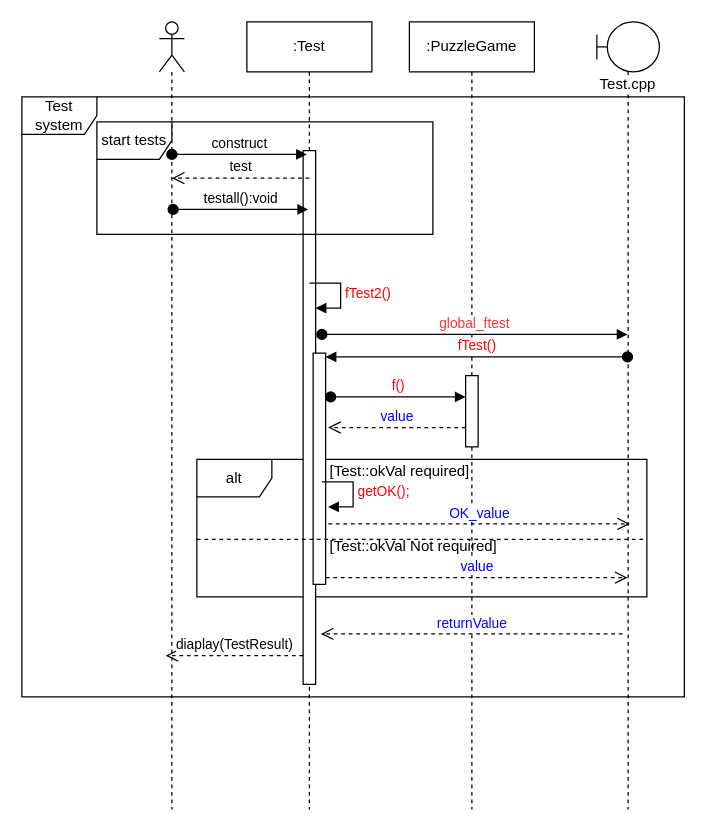
Earlier version of the draw.io diagram schema/test_system.drawio (deeperj/rust). Source tidied: cells renumbered, new cells numbered last; positions are measured from the earlier drawing's top-left corner, leaving out a move shared by most shapes. Both pictures are drawn from the tidied source at 125%, with x=0, y=0 at pixel (21, 21).
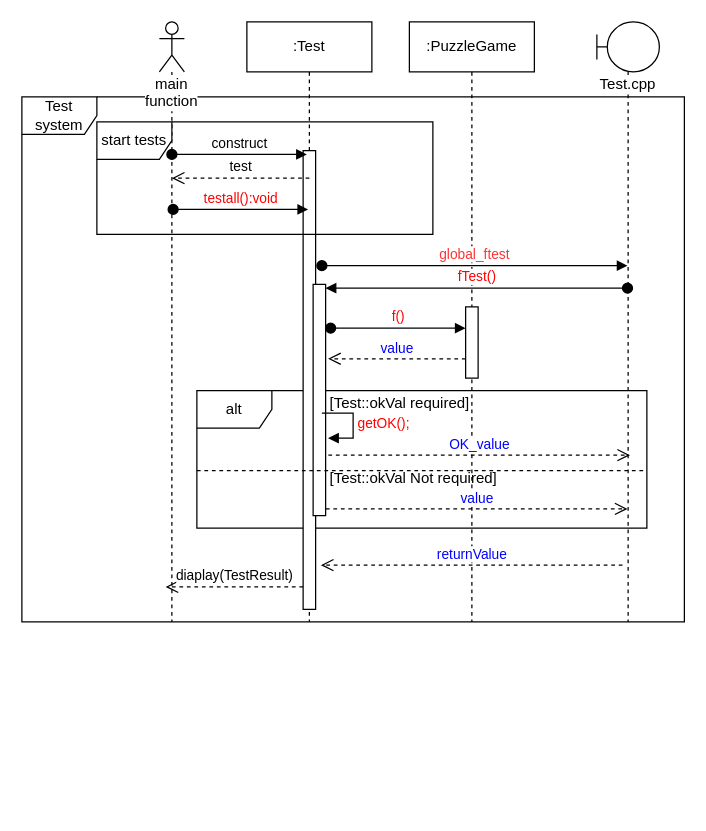
The same page after the edit.

What changed in the source:
```diff
@@
     <mxCell id="2" value="Test system" style="shape=umlFrame;whiteSpace=wrap;html=1;" parent="1" vertex="1">
-      <mxGeometry y="60" width="530" height="480" as="geometry" />
+      <mxGeometry y="60" width="530" height="420" as="geometry" />
     </mxCell>
     <mxCell id="3" value="alt" style="shape=umlFrame;whiteSpace=wrap;html=1;" parent="1" vertex="1">
-      <mxGeometry x="140" y="350" width="360" height="110" as="geometry" />
+      <mxGeometry x="140" y="295" width="360" height="110" as="geometry" />
     </mxCell>
-    <mxCell id="4" style="shape=umlLifeline;participant=umlActor;perimeter=lifelinePerimeter;whiteSpace=wrap;html=1;verticalAlign=top;spacingTop=36;labelBackgroundColor=#ffffff;" parent="1" vertex="1">
-      <mxGeometry x="110" width="20" height="630" as="geometry" />
+    <mxCell id="4" value="main function" style="shape=umlLifeline;participant=umlActor;perimeter=lifelinePerimeter;whiteSpace=wrap;html=1;verticalAlign=top;spacingTop=36;labelBackgroundColor=#ffffff;" parent="1" vertex="1">
+      <mxGeometry x="110" width="20" height="480" as="geometry" />
     </mxCell>
     <mxCell id="5" value=":Test" style="shape=umlLifeline;perimeter=lifelinePerimeter;whiteSpace=wrap;html=1;" parent="1" vertex="1">
-      <mxGeometry x="180" width="100" height="630" as="geometry" />
+      <mxGeometry x="180" width="100" height="480" as="geometry" />
     </mxCell>
     <mxCell id="6" value=":PuzzleGame" style="shape=umlLifeline;perimeter=lifelinePerimeter;whiteSpace=wrap;html=1;" parent="1" vertex="1">
-      <mxGeometry x="310" width="100" height="630" as="geometry" />
+      <mxGeometry x="310" width="100" height="480" as="geometry" />
     </mxCell>
     <mxCell id="7" style="html=1;perimeter=orthogonalPerimeter;" parent="6" vertex="1">
-      <mxGeometry x="45" y="283" width="10" height="57" as="geometry" />
+      <mxGeometry x="45" y="228" width="10" height="57" as="geometry" />
     </mxCell>
     <mxCell id="8" style="html=1;perimeter=orthogonalPerimeter;" parent="1" vertex="1">
-      <mxGeometry x="225" y="103" width="10" height="427" as="geometry" />
+      <mxGeometry x="225" y="103" width="10" height="367" as="geometry" />
     </mxCell>
@@
-    <mxCell id="11" value="testall():void" style="html=1;verticalAlign=bottom;startArrow=oval;startFill=1;endArrow=block;startSize=8;entryX=0.3;entryY=0.028;entryDx=0;entryDy=0;entryPerimeter=0;" parent="1" edge="1">
+    <mxCell id="11" value="testall():void" style="html=1;verticalAlign=bottom;startArrow=oval;startFill=1;endArrow=block;startSize=8;entryX=0.3;entryY=0.028;entryDx=0;entryDy=0;entryPerimeter=0;fontColor=#FF0000;" parent="1" edge="1">
       <mxGeometry relative="1" as="geometry">
         <mxPoint x="121" y="150" as="sourcePoint" />
         <mxPoint x="229" y="150.1" as="targetPoint" />
       </mxGeometry>
     </mxCell>
     <mxCell id="12" value="Test.cpp" style="shape=umlLifeline;participant=umlBoundary;perimeter=lifelinePerimeter;whiteSpace=wrap;html=1;verticalAlign=top;spacingTop=36;labelBackgroundColor=#ffffff;outlineConnect=0;" parent="1" vertex="1">
-      <mxGeometry x="460" width="50" height="630" as="geometry" />
+      <mxGeometry x="460" width="50" height="480" as="geometry" />
     </mxCell>
-    <mxCell id="13" value="fTest2()" style="edgeStyle=orthogonalEdgeStyle;html=1;align=left;spacingLeft=2;endArrow=block;rounded=0;entryX=1;entryY=0;fontColor=#FF0000;" parent="1" edge="1">
-      <mxGeometry relative="1" as="geometry">
-        <mxPoint x="230" y="209" as="sourcePoint" />
-        <mxPoint x="235" y="229" as="targetPoint" />
-        <Array as="points">
-          <mxPoint x="255" y="209" />
-        </Array>
-      </mxGeometry>
-    </mxCell>
     <mxCell id="14" value="f()" style="html=1;verticalAlign=bottom;startArrow=oval;startFill=1;endArrow=block;startSize=8;entryX=0.3;entryY=0.028;entryDx=0;entryDy=0;entryPerimeter=0;fontColor=#FF0000;" parent="1" edge="1">
       <mxGeometry relative="1" as="geometry">
-        <mxPoint x="247" y="300" as="sourcePoint" />
-        <mxPoint x="355" y="300.1" as="targetPoint" />
+        <mxPoint x="247" y="245" as="sourcePoint" />
+        <mxPoint x="355" y="245.1" as="targetPoint" />
       </mxGeometry>
     </mxCell>
     <mxCell id="15" value="value" style="html=1;verticalAlign=bottom;endArrow=open;dashed=1;endSize=8;entryX=0.3;entryY=0.2;entryDx=0;entryDy=0;entryPerimeter=0;exitX=0.5;exitY=0.131;exitDx=0;exitDy=0;exitPerimeter=0;fontColor=#0000FF;" parent="1" edge="1">
       <mxGeometry relative="1" as="geometry">
-        <mxPoint x="355" y="324.5" as="sourcePoint" />
-        <mxPoint x="245" y="324.5" as="targetPoint" />
+        <mxPoint x="355" y="269.5" as="sourcePoint" />
+        <mxPoint x="245" y="269.5" as="targetPoint" />
       </mxGeometry>
     </mxCell>
@@
-    <mxCell id="18" value="global_ftest" style="html=1;verticalAlign=bottom;startArrow=oval;startFill=1;endArrow=block;startSize=8;fontColor=#FF3333;" parent="1" edge="1" target="12">
+    <mxCell id="18" value="global_ftest" style="html=1;verticalAlign=bottom;startArrow=oval;startFill=1;endArrow=block;startSize=8;fontColor=#FF3333;" parent="1" edge="1">
       <mxGeometry relative="1" as="geometry">
-        <mxPoint x="240" y="250" as="sourcePoint" />
+        <mxPoint x="240" y="195" as="sourcePoint" />
+        <mxPoint x="484.5" y="195" as="targetPoint" />
       </mxGeometry>
     </mxCell>
     <mxCell id="19" style="html=1;perimeter=orthogonalPerimeter;" parent="1" vertex="1">
-      <mxGeometry x="233" y="265" width="10" height="185" as="geometry" />
+      <mxGeometry x="233" y="210" width="10" height="185" as="geometry" />
     </mxCell>
     <mxCell id="20" value="fTest()" style="html=1;verticalAlign=bottom;startArrow=oval;startFill=1;endArrow=block;startSize=8;fontColor=#FF0000;" parent="1" edge="1">
       <mxGeometry relative="1" as="geometry">
-        <mxPoint x="484.5" y="268" as="sourcePoint" />
-        <mxPoint x="243" y="268" as="targetPoint" />
+        <mxPoint x="484.5" y="213" as="sourcePoint" />
+        <mxPoint x="243" y="213" as="targetPoint" />
       </mxGeometry>
     </mxCell>
     <mxCell id="21" style="group;" parent="1" vertex="1">
-      <mxGeometry x="206" y="350" width="161" height="30" as="geometry" />
+      <mxGeometry x="206" y="295" width="161" height="30" as="geometry" />
     </mxCell>
@@
     <mxCell id="23" value="getOK();" style="edgeStyle=orthogonalEdgeStyle;html=1;align=left;spacingLeft=2;endArrow=block;rounded=0;entryX=1;entryY=0;fontColor=#FF0000;" parent="1" edge="1">
       <mxGeometry relative="1" as="geometry">
-        <mxPoint x="240" y="368" as="sourcePoint" />
-        <mxPoint x="245" y="388" as="targetPoint" />
+        <mxPoint x="240" y="313" as="sourcePoint" />
+        <mxPoint x="245" y="333" as="targetPoint" />
         <Array as="points">
-          <mxPoint x="265" y="368" />
+          <mxPoint x="265" y="313" />
         </Array>
       </mxGeometry>
     </mxCell>
     <mxCell id="24" value="value" style="html=1;verticalAlign=bottom;endArrow=open;dashed=1;endSize=8;exitX=1.02;exitY=0.906;exitDx=0;exitDy=0;exitPerimeter=0;fontColor=#0000FF;" parent="1" edge="1">
       <mxGeometry relative="1" as="geometry">
-        <mxPoint x="243.2" y="444.6" as="sourcePoint" />
-        <mxPoint x="484.5" y="444.6" as="targetPoint" />
+        <mxPoint x="243.2" y="389.6" as="sourcePoint" />
+        <mxPoint x="484.5" y="389.6" as="targetPoint" />
       </mxGeometry>
     </mxCell>
     <mxCell id="25" style="line;strokeWidth=1;fillColor=none;align=left;verticalAlign=middle;spacingTop=-1;spacingLeft=3;spacingRight=3;labelPosition=right;dashed=1;" parent="1" vertex="1">
-      <mxGeometry x="140" y="410" width="360" height="8" as="geometry" />
+      <mxGeometry x="140" y="355" width="360" height="8" as="geometry" />
     </mxCell>
     <mxCell id="26" value="OK_value" style="html=1;verticalAlign=bottom;endArrow=open;dashed=1;endSize=8;exitX=1.02;exitY=0.906;exitDx=0;exitDy=0;exitPerimeter=0;fontColor=#0000FF;" parent="1" edge="1">
       <mxGeometry relative="1" as="geometry">
-        <mxPoint x="245.2" y="401.6" as="sourcePoint" />
-        <mxPoint x="486.5" y="401.6" as="targetPoint" />
+        <mxPoint x="245.2" y="346.6" as="sourcePoint" />
+        <mxPoint x="486.5" y="346.6" as="targetPoint" />
       </mxGeometry>
     </mxCell>
     <mxCell id="27" value="returnValue" style="html=1;verticalAlign=bottom;endArrow=open;dashed=1;endSize=8;exitX=1.02;exitY=0.906;exitDx=0;exitDy=0;exitPerimeter=0;fontColor=#0000FF;" parent="1" edge="1">
       <mxGeometry relative="1" as="geometry">
-        <mxPoint x="480.5" y="489.6" as="sourcePoint" />
-        <mxPoint x="239.2" y="489.6" as="targetPoint" />
+        <mxPoint x="480.5" y="434.6" as="sourcePoint" />
+        <mxPoint x="239.2" y="434.6" as="targetPoint" />
       </mxGeometry>
     </mxCell>
     <mxCell id="28" value="diaplay(TestResult)" style="html=1;verticalAlign=bottom;endArrow=open;dashed=1;endSize=8;entryX=0.3;entryY=0.2;entryDx=0;entryDy=0;entryPerimeter=0;exitX=0.5;exitY=0.131;exitDx=0;exitDy=0;exitPerimeter=0;" parent="1" edge="1">
       <mxGeometry relative="1" as="geometry">
-        <mxPoint x="225" y="507" as="sourcePoint" />
-        <mxPoint x="115" y="507" as="targetPoint" />
+        <mxPoint x="225" y="452" as="sourcePoint" />
+        <mxPoint x="115" y="452" as="targetPoint" />
       </mxGeometry>
     </mxCell>
     <mxCell id="29" value="[Test::okVal Not required]" style="text;html=1;align=center;verticalAlign=middle;" parent="1" vertex="1">
-      <mxGeometry x="238" y="410" width="150" height="20" as="geometry" />
+      <mxGeometry x="238" y="355" width="150" height="20" as="geometry" />
     </mxCell>
```
